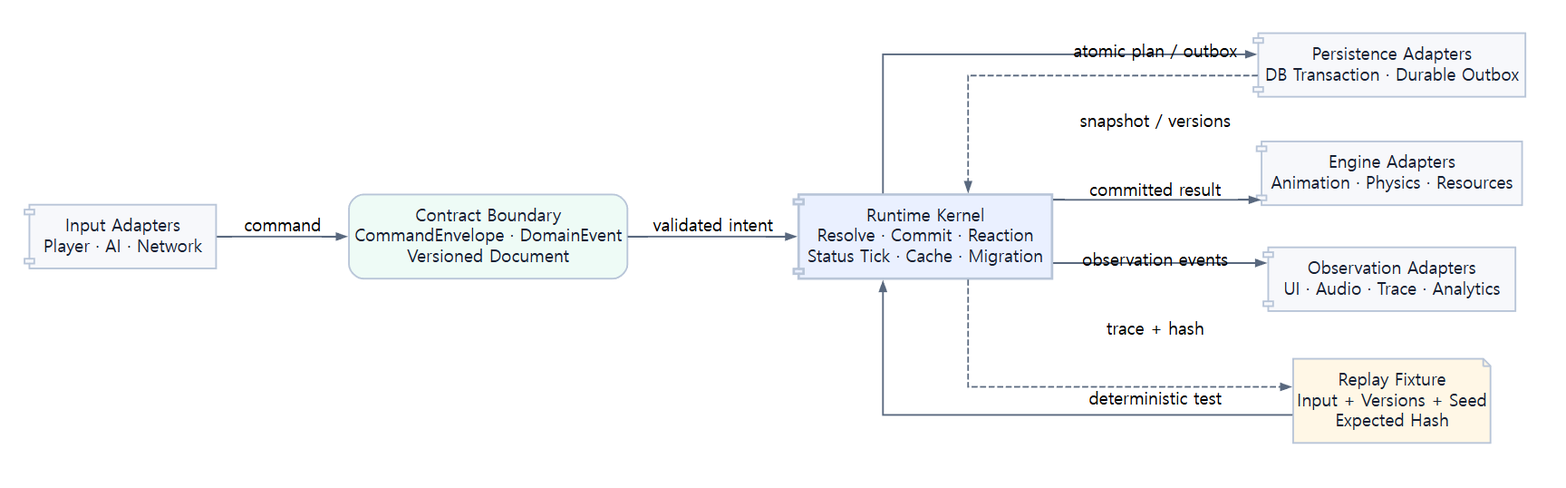
Before: assets/diagrams/39_runtime_ports_and_adapters.png, a diagram exported from Graphviz (JY-LemongO/game-system-framework-knowledge-site). Its source is kept beside it as source/diagrams/39_runtime_ports_and_adapters.dot.
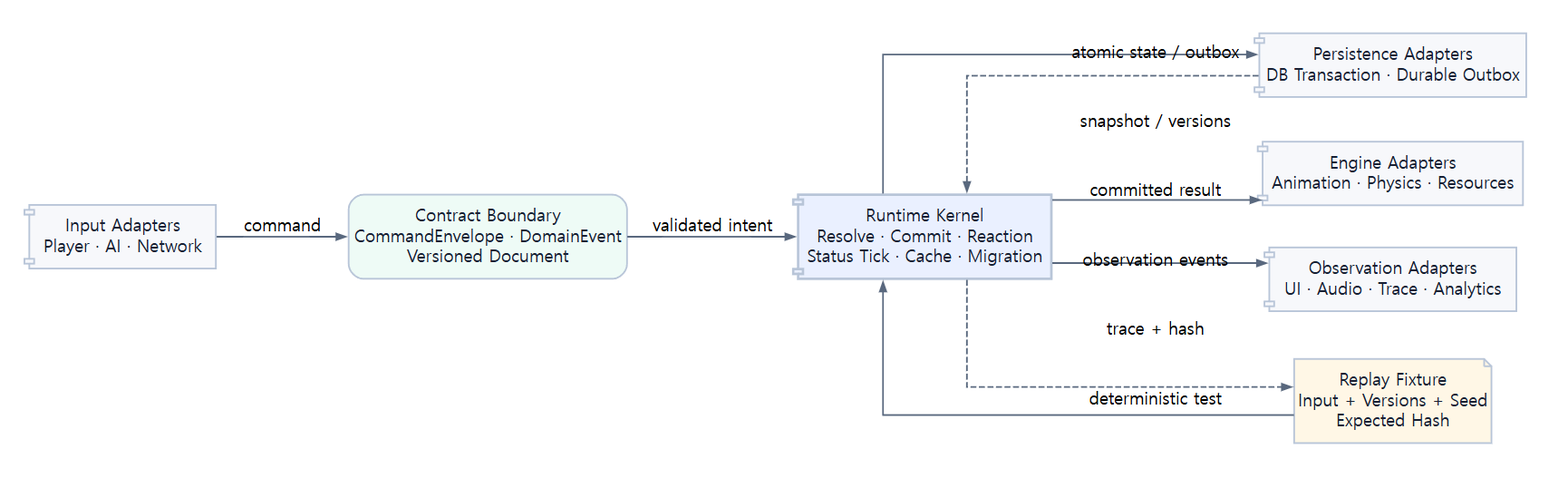
Later version of the same file.

Diff of the diagram source:
```diff
@@ -15,7 +15,7 @@
 
   Input -> Contracts [label="command"];
   Contracts -> Kernel [label="validated intent"];
-  Kernel -> Storage [label="atomic plan / outbox"];
+  Kernel -> Storage [label="atomic state / outbox"];
   Storage -> Kernel [style=dashed, label="snapshot / versions"];
   Kernel -> Engine [label="committed result"];
   Kernel -> Telemetry [label="observation events"];
```
